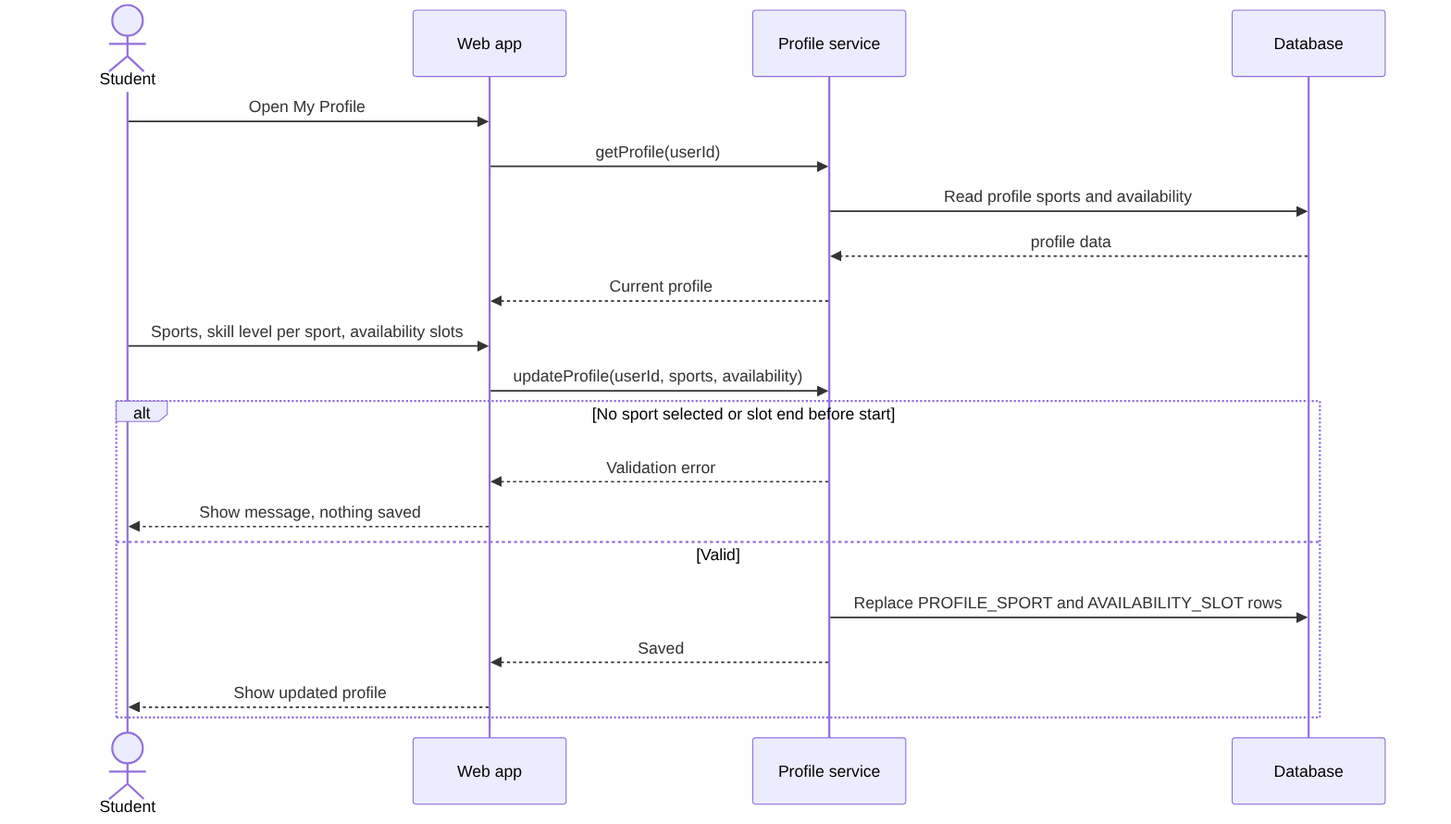
emir-heval-arda-harun/CMPE-331-project keeps this Mermaid diagram as docs/analysis/behavior/sequence_uc03_manage_profile.png. Above is the earlier version. Its source is kept beside it as docs/analysis/behavior/sequence_uc03_manage_profile.mmd.
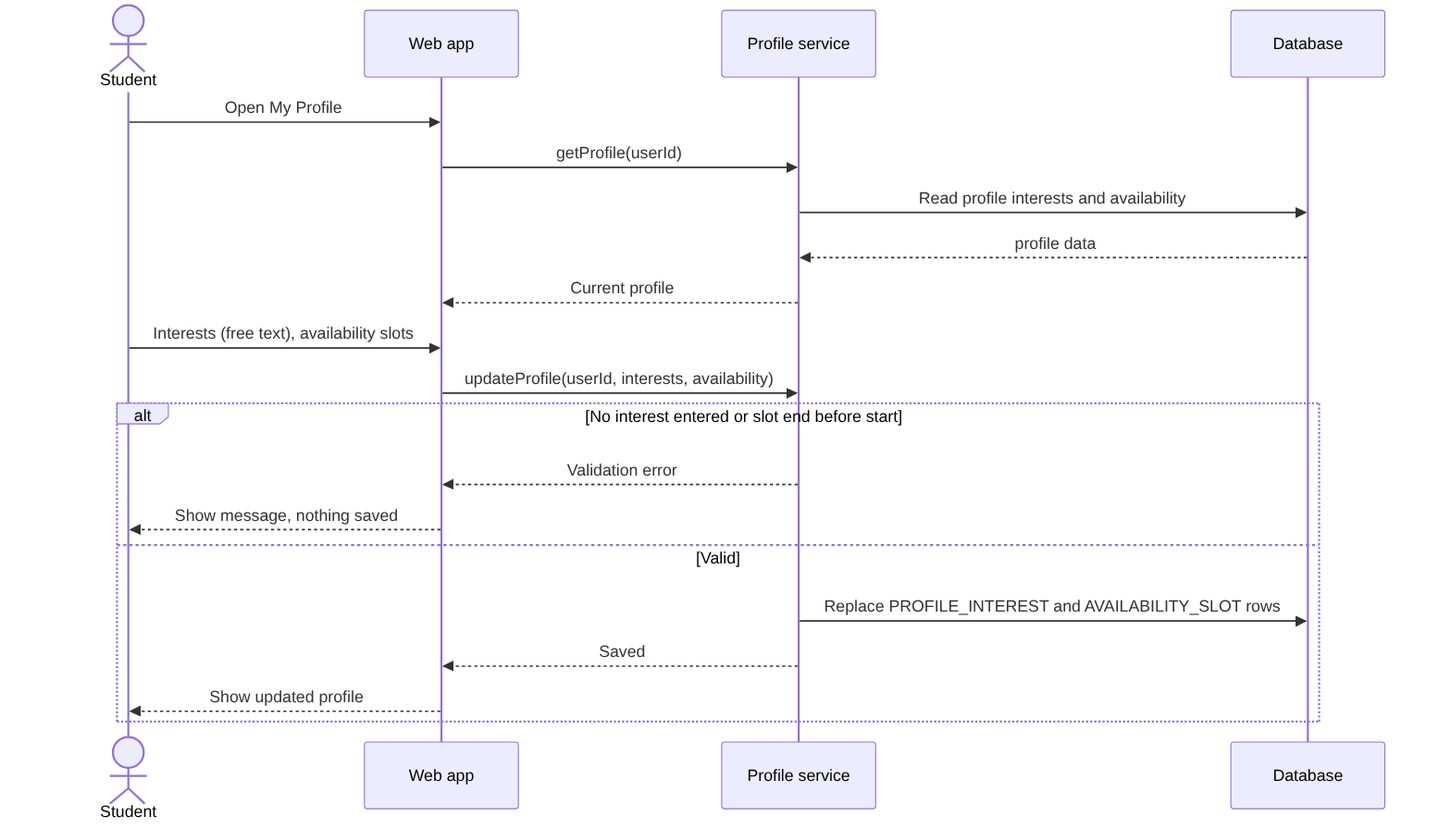
After the change.

Change to the diagram source:
```diff
@@ -6,16 +6,16 @@
 
     S->>W: Open My Profile
     W->>PS: getProfile(userId)
-    PS->>D: Read profile sports and availability
+    PS->>D: Read profile interests and availability
     D-->>PS: profile data
     PS-->>W: Current profile
-    S->>W: Sports, skill level per sport, availability slots
-    W->>PS: updateProfile(userId, sports, availability)
-    alt No sport selected or slot end before start
+    S->>W: Interests (free text), availability slots
+    W->>PS: updateProfile(userId, interests, availability)
+    alt No interest entered or slot end before start
         PS-->>W: Validation error
         W-->>S: Show message, nothing saved
     else Valid
-        PS->>D: Replace PROFILE_SPORT and AVAILABILITY_SLOT rows
+        PS->>D: Replace PROFILE_INTEREST and AVAILABILITY_SLOT rows
         PS-->>W: Saved
         W-->>S: Show updated profile
     end
```
